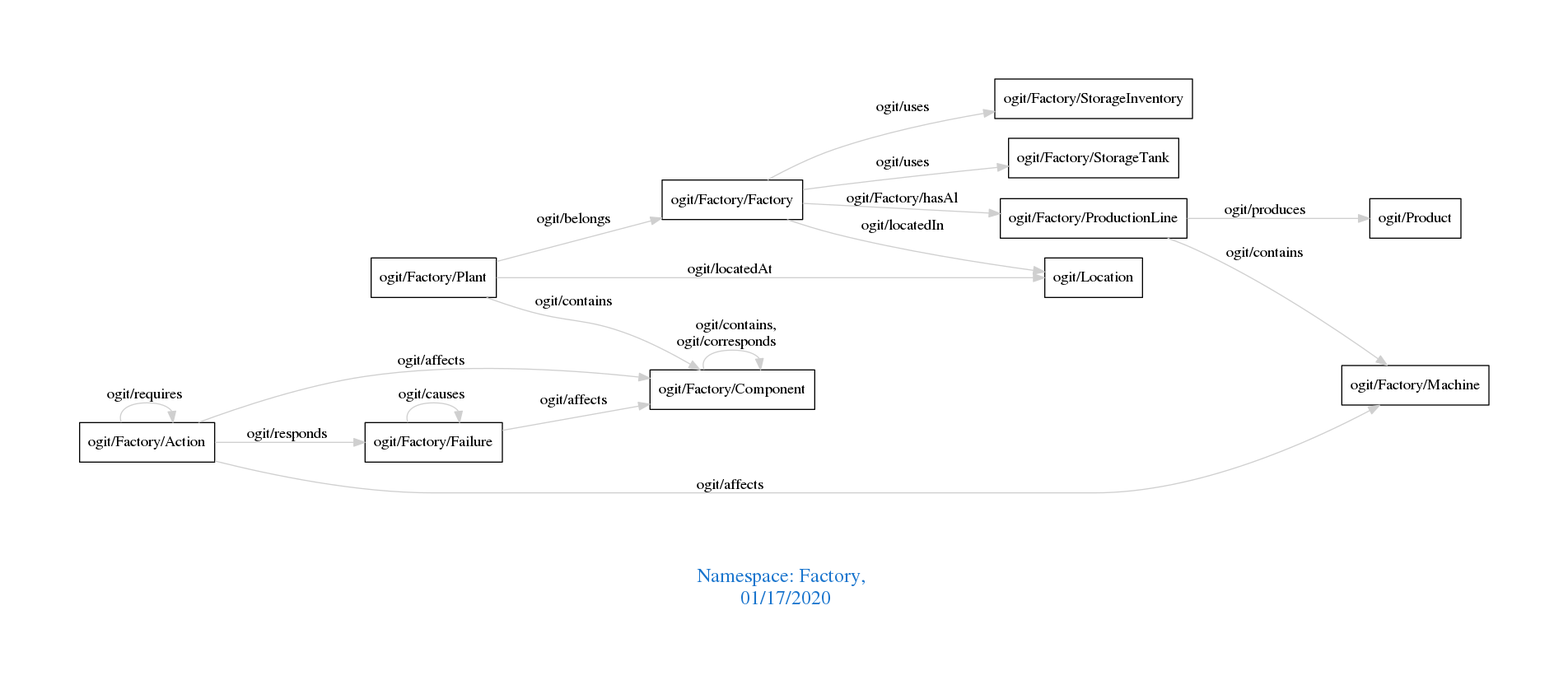
This is downloads/Factory.png from arago/OGIT, a Graphviz export, as it was before one commit. Its source is kept beside it as downloads/Factory.dot.
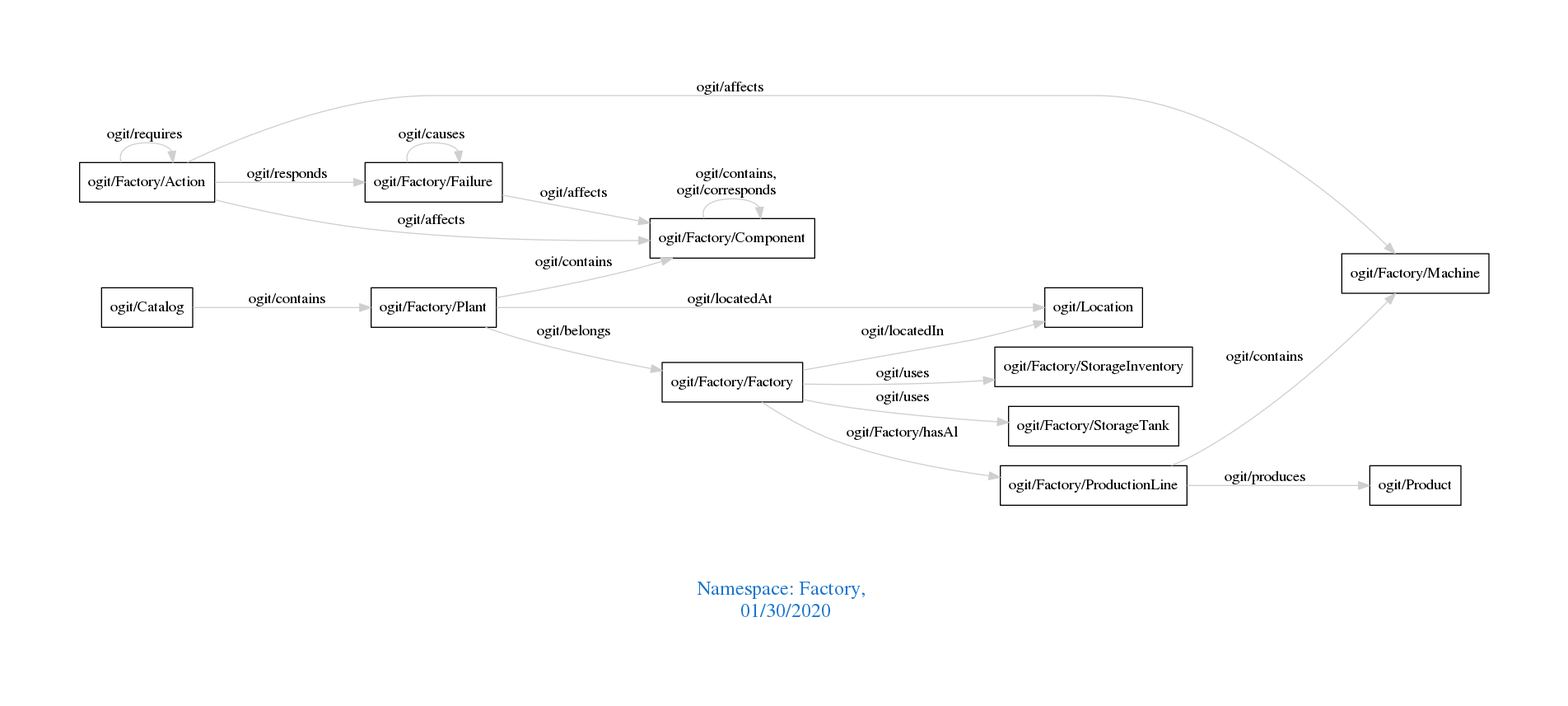
The same diagram one commit later.

Change to the diagram source:
```diff
@@ -1,12 +1,13 @@
 digraph OGIT_ontology {
  graph [ rankdir= LR,pad=1
 fontsize = 18,
-fontcolor= dodgerblue3,label = "\n\n\nNamespace: Factory, \n 01/17/2020"];
+fontcolor= dodgerblue3,label = "\n\n\nNamespace: Factory, \n 01/30/2020"];
 node[shape=polygon];
 edge [  color="gray81"];
 
    "ogit/Factory/Plant" -> "ogit/Factory/Component" [label="   ogit/contains    "];
    "ogit/Factory/ProductionLine" -> "ogit/Factory/Machine" [label="   ogit/contains    "];
+   "ogit/Catalog" -> "ogit/Factory/Plant" [label="   ogit/contains    "];
    "ogit/Factory/Factory" -> "ogit/Factory/ProductionLine" [label="   ogit/Factory/hasAl    "];
    "ogit/Factory/Plant" -> "ogit/Location" [label="   ogit/locatedAt    "];
    "ogit/Factory/Factory" -> "ogit/Location" [label="   ogit/locatedIn    "];
```
